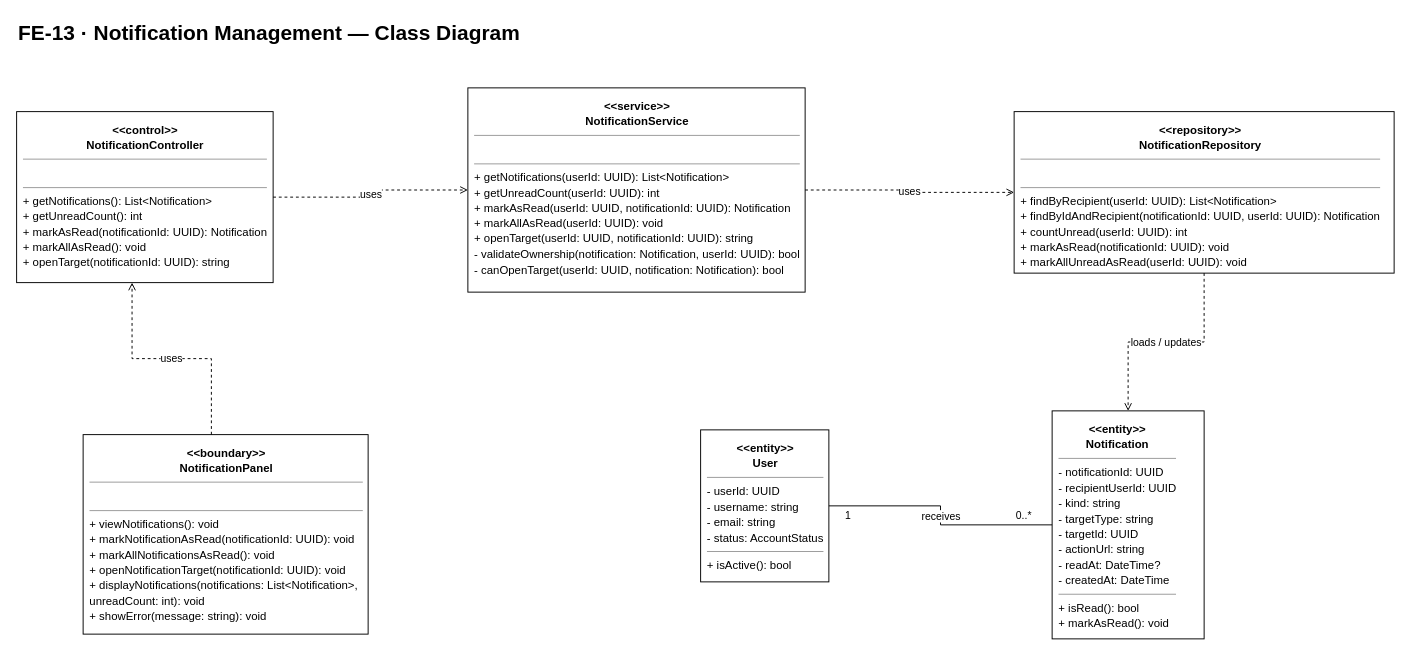
callmehai/FU-FA26-G116 keeps this draw.io diagram as docs/07-classdiagram/feature-13-notification-management-class-diagram.drawio. Above is the earlier version. Source tidied: cells renumbered, new cells numbered last; positions are measured from the earlier drawing's top-left corner, leaving out a move shared by most shapes. Both pictures are drawn from the tidied source at 95%, with x=0, y=0 at pixel (16, 16).
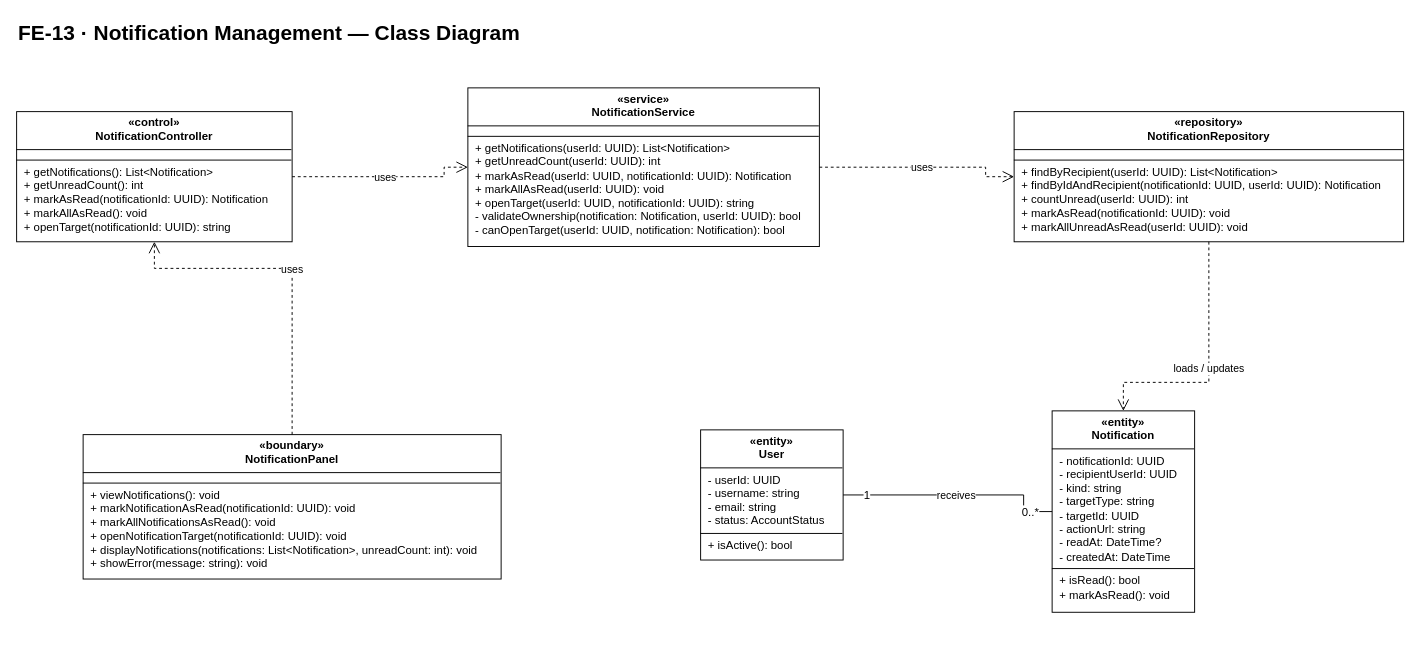
After the change.

What changed in the source:
```diff
@@
     <mxCell id="2" value="FE-13 · Notification Management — Class Diagram" style="text;html=1;align=left;verticalAlign=middle;fontSize=22;fontStyle=1;fontColor=#000000;" parent="1" vertex="1">
-      <mxGeometry width="800" height="35" as="geometry" />
+      <mxGeometry width="380" height="35" as="geometry" />
     </mxCell>
-    <mxCell id="3" value="&lt;div style=&quot;font-family:Arial;font-size:12px;line-height:1.35;&quot;&gt;&lt;div style=&quot;text-align:center;&quot;&gt;&lt;b&gt;&amp;lt;&amp;lt;boundary&amp;gt;&amp;gt;&lt;/b&gt;&lt;br&gt;&lt;b&gt;NotificationPanel&lt;/b&gt;&lt;/div&gt;&lt;hr style=&quot;border:0;border-top:1px solid #999;margin:6px 0;&quot;&gt;&lt;div&gt;&amp;nbsp;&lt;/div&gt;&lt;hr style=&quot;border:0;border-top:1px solid #999;margin:6px 0;&quot;&gt;&lt;div&gt;+ viewNotifications(): void&lt;br&gt;+ markNotificationAsRead(notificationId: UUID): void&lt;br&gt;+ markAllNotificationsAsRead(): void&lt;br&gt;+ openNotificationTarget(notificationId: UUID): void&lt;br&gt;+ displayNotifications(notifications: List&amp;lt;Notification&amp;gt;, unreadCount: int): void&lt;br&gt;+ showError(message: string): void&lt;/div&gt;&lt;/div&gt;" style="rounded=0;whiteSpace=wrap;html=1;fillColor=#ffffff;strokeColor=#000000;align=left;verticalAlign=top;spacing=7;fontFamily=Arial;fontSize=12;overflow=hidden;" parent="1" vertex="1">
-      <mxGeometry x="70" y="440" width="300" height="210" as="geometry" />
+    <mxCell id="3" value="&lt;div style=&quot;text-align:center;font-weight:bold;padding:5px 4px 4px 4px;height:31px;&quot;&gt;«boundary»&lt;br&gt;NotificationPanel&lt;/div&gt;&lt;hr style=&quot;margin:0;border:none;border-top:1px solid #000000;height:0;&quot;&gt;&lt;div style=&quot;text-align:left;padding:5px 8px 5px 8px;white-space:nowrap;&quot;&gt;&lt;/div&gt;&lt;hr style=&quot;margin:0;border:none;border-top:1px solid #000000;height:0;&quot;&gt;&lt;div style=&quot;text-align:left;padding:5px 8px 5px 8px;white-space:nowrap;&quot;&gt;+ viewNotifications(): void&lt;br&gt;+ markNotificationAsRead(notificationId: UUID): void&lt;br&gt;+ markAllNotificationsAsRead(): void&lt;br&gt;+ openNotificationTarget(notificationId: UUID): void&lt;br&gt;+ displayNotifications(notifications: List&amp;lt;Notification&amp;gt;, unreadCount: int): void&lt;br&gt;+ showError(message: string): void&lt;/div&gt;&lt;/div&gt;" style="rounded=0;whiteSpace=wrap;html=1;align=left;verticalAlign=top;spacing=0;overflow=fill;fillColor=#ffffff;strokeColor=#000000;fontSize=12;fontFamily=Helvetica;fontColor=#000000;" parent="1" vertex="1">
+      <mxGeometry x="70" y="440" width="440" height="152" as="geometry" />
     </mxCell>
-    <mxCell id="4" value="&lt;div style=&quot;font-family:Arial;font-size:12px;line-height:1.35;&quot;&gt;&lt;div style=&quot;text-align:center;&quot;&gt;&lt;b&gt;&amp;lt;&amp;lt;control&amp;gt;&amp;gt;&lt;/b&gt;&lt;br&gt;&lt;b&gt;NotificationController&lt;/b&gt;&lt;/div&gt;&lt;hr style=&quot;border:0;border-top:1px solid #999;margin:6px 0;&quot;&gt;&lt;div&gt;&amp;nbsp;&lt;/div&gt;&lt;hr style=&quot;border:0;border-top:1px solid #999;margin:6px 0;&quot;&gt;&lt;div&gt;+ getNotifications(): List&amp;lt;Notification&amp;gt;&lt;br&gt;+ getUnreadCount(): int&lt;br&gt;+ markAsRead(notificationId: UUID): Notification&lt;br&gt;+ markAllAsRead(): void&lt;br&gt;+ openTarget(notificationId: UUID): string&lt;/div&gt;&lt;/div&gt;" style="rounded=0;whiteSpace=wrap;html=1;fillColor=#ffffff;strokeColor=#000000;align=left;verticalAlign=top;spacing=7;fontFamily=Arial;fontSize=12;overflow=hidden;" parent="1" vertex="1">
-      <mxGeometry y="100" width="270" height="180" as="geometry" />
+    <mxCell id="4" value="&lt;div style=&quot;text-align:center;font-weight:bold;padding:5px 4px 4px 4px;height:31px;&quot;&gt;«control»&lt;br&gt;NotificationController&lt;/div&gt;&lt;hr style=&quot;margin:0;border:none;border-top:1px solid #000000;height:0;&quot;&gt;&lt;div style=&quot;text-align:left;padding:5px 8px 5px 8px;white-space:nowrap;&quot;&gt;&lt;/div&gt;&lt;hr style=&quot;margin:0;border:none;border-top:1px solid #000000;height:0;&quot;&gt;&lt;div style=&quot;text-align:left;padding:5px 8px 5px 8px;white-space:nowrap;&quot;&gt;+ getNotifications(): List&amp;lt;Notification&amp;gt;&lt;br&gt;+ getUnreadCount(): int&lt;br&gt;+ markAsRead(notificationId: UUID): Notification&lt;br&gt;+ markAllAsRead(): void&lt;br&gt;+ openTarget(notificationId: UUID): string&lt;/div&gt;&lt;/div&gt;" style="rounded=0;whiteSpace=wrap;html=1;align=left;verticalAlign=top;spacing=0;overflow=fill;fillColor=#ffffff;strokeColor=#000000;fontSize=12;fontFamily=Helvetica;fontColor=#000000;" parent="1" vertex="1">
+      <mxGeometry y="100" width="290" height="137" as="geometry" />
     </mxCell>
-    <mxCell id="5" value="&lt;div style=&quot;font-family:Arial;font-size:12px;line-height:1.35;&quot;&gt;&lt;div style=&quot;text-align:center;&quot;&gt;&lt;b&gt;&amp;lt;&amp;lt;service&amp;gt;&amp;gt;&lt;/b&gt;&lt;br&gt;&lt;b&gt;NotificationService&lt;/b&gt;&lt;/div&gt;&lt;hr style=&quot;border:0;border-top:1px solid #999;margin:6px 0;&quot;&gt;&lt;div&gt;&amp;nbsp;&lt;/div&gt;&lt;hr style=&quot;border:0;border-top:1px solid #999;margin:6px 0;&quot;&gt;&lt;div&gt;+ getNotifications(userId: UUID): List&amp;lt;Notification&amp;gt;&lt;br&gt;+ getUnreadCount(userId: UUID): int&lt;br&gt;+ markAsRead(userId: UUID, notificationId: UUID): Notification&lt;br&gt;+ markAllAsRead(userId: UUID): void&lt;br&gt;+ openTarget(userId: UUID, notificationId: UUID): string&lt;br&gt;- validateOwnership(notification: Notification, userId: UUID): bool&lt;br&gt;- canOpenTarget(userId: UUID, notification: Notification): bool&lt;/div&gt;&lt;/div&gt;" style="rounded=0;whiteSpace=wrap;html=1;fillColor=#ffffff;strokeColor=#000000;align=left;verticalAlign=top;spacing=7;fontFamily=Arial;fontSize=12;overflow=hidden;" parent="1" vertex="1">
-      <mxGeometry x="475" y="75" width="355" height="215" as="geometry" />
+    <mxCell id="5" value="&lt;div style=&quot;text-align:center;font-weight:bold;padding:5px 4px 4px 4px;height:31px;&quot;&gt;«service»&lt;br&gt;NotificationService&lt;/div&gt;&lt;hr style=&quot;margin:0;border:none;border-top:1px solid #000000;height:0;&quot;&gt;&lt;div style=&quot;text-align:left;padding:5px 8px 5px 8px;white-space:nowrap;&quot;&gt;&lt;/div&gt;&lt;hr style=&quot;margin:0;border:none;border-top:1px solid #000000;height:0;&quot;&gt;&lt;div style=&quot;text-align:left;padding:5px 8px 5px 8px;white-space:nowrap;&quot;&gt;+ getNotifications(userId: UUID): List&amp;lt;Notification&amp;gt;&lt;br&gt;+ getUnreadCount(userId: UUID): int&lt;br&gt;+ markAsRead(userId: UUID, notificationId: UUID): Notification&lt;br&gt;+ markAllAsRead(userId: UUID): void&lt;br&gt;+ openTarget(userId: UUID, notificationId: UUID): string&lt;br&gt;- validateOwnership(notification: Notification, userId: UUID): bool&lt;br&gt;- canOpenTarget(userId: UUID, notification: Notification): bool&lt;/div&gt;&lt;/div&gt;" style="rounded=0;whiteSpace=wrap;html=1;align=left;verticalAlign=top;spacing=0;overflow=fill;fillColor=#ffffff;strokeColor=#000000;fontSize=12;fontFamily=Helvetica;fontColor=#000000;" parent="1" vertex="1">
+      <mxGeometry x="475" y="75" width="370" height="167" as="geometry" />
     </mxCell>
-    <mxCell id="6" value="&lt;div style=&quot;font-family:Arial;font-size:12px;line-height:1.35;&quot;&gt;&lt;div style=&quot;text-align:center;&quot;&gt;&lt;b&gt;&amp;lt;&amp;lt;repository&amp;gt;&amp;gt;&lt;/b&gt;&lt;br&gt;&lt;b&gt;NotificationRepository&lt;/b&gt;&lt;/div&gt;&lt;hr style=&quot;border:0;border-top:1px solid #999;margin:6px 0;&quot;&gt;&lt;div&gt;&amp;nbsp;&lt;/div&gt;&lt;hr style=&quot;border:0;border-top:1px solid #999;margin:6px 0;&quot;&gt;&lt;div&gt;+ findByRecipient(userId: UUID): List&amp;lt;Notification&amp;gt;&lt;br&gt;+ findByIdAndRecipient(notificationId: UUID, userId: UUID): Notification&lt;br&gt;+ countUnread(userId: UUID): int&lt;br&gt;+ markAsRead(notificationId: UUID): void&lt;br&gt;+ markAllUnreadAsRead(userId: UUID): void&lt;/div&gt;&lt;/div&gt;" style="rounded=0;whiteSpace=wrap;html=1;fillColor=#ffffff;strokeColor=#000000;align=left;verticalAlign=top;spacing=7;fontFamily=Arial;fontSize=12;overflow=hidden;" parent="1" vertex="1">
-      <mxGeometry x="1050" y="100" width="400" height="170" as="geometry" />
+    <mxCell id="6" value="&lt;div style=&quot;text-align:center;font-weight:bold;padding:5px 4px 4px 4px;height:31px;&quot;&gt;«repository»&lt;br&gt;NotificationRepository&lt;/div&gt;&lt;hr style=&quot;margin:0;border:none;border-top:1px solid #000000;height:0;&quot;&gt;&lt;div style=&quot;text-align:left;padding:5px 8px 5px 8px;white-space:nowrap;&quot;&gt;&lt;/div&gt;&lt;hr style=&quot;margin:0;border:none;border-top:1px solid #000000;height:0;&quot;&gt;&lt;div style=&quot;text-align:left;padding:5px 8px 5px 8px;white-space:nowrap;&quot;&gt;+ findByRecipient(userId: UUID): List&amp;lt;Notification&amp;gt;&lt;br&gt;+ findByIdAndRecipient(notificationId: UUID, userId: UUID): Notification&lt;br&gt;+ countUnread(userId: UUID): int&lt;br&gt;+ markAsRead(notificationId: UUID): void&lt;br&gt;+ markAllUnreadAsRead(userId: UUID): void&lt;/div&gt;&lt;/div&gt;" style="rounded=0;whiteSpace=wrap;html=1;align=left;verticalAlign=top;spacing=0;overflow=fill;fillColor=#ffffff;strokeColor=#000000;fontSize=12;fontFamily=Helvetica;fontColor=#000000;" parent="1" vertex="1">
+      <mxGeometry x="1050" y="100" width="410" height="137" as="geometry" />
     </mxCell>
-    <mxCell id="7" value="&lt;div style=&quot;font-family:Arial;font-size:12px;line-height:1.35;&quot;&gt;&lt;div style=&quot;text-align:center;&quot;&gt;&lt;b&gt;&amp;lt;&amp;lt;entity&amp;gt;&amp;gt;&lt;/b&gt;&lt;br&gt;&lt;b&gt;Notification&lt;/b&gt;&lt;/div&gt;&lt;hr style=&quot;border:0;border-top:1px solid #999;margin:6px 0;&quot;&gt;&lt;div&gt;- notificationId: UUID&lt;br&gt;- recipientUserId: UUID&lt;br&gt;- kind: string&lt;br&gt;- targetType: string&lt;br&gt;- targetId: UUID&lt;br&gt;- actionUrl: string&lt;br&gt;- readAt: DateTime?&lt;br&gt;- createdAt: DateTime&lt;/div&gt;&lt;hr style=&quot;border:0;border-top:1px solid #999;margin:6px 0;&quot;&gt;&lt;div&gt;+ isRead(): bool&lt;br&gt;+ markAsRead(): void&lt;/div&gt;&lt;/div&gt;" style="rounded=0;whiteSpace=wrap;html=1;fillColor=#ffffff;strokeColor=#000000;align=left;verticalAlign=top;spacing=7;fontFamily=Arial;fontSize=12;overflow=hidden;" parent="1" vertex="1">
-      <mxGeometry x="1090" y="415" width="160" height="240" as="geometry" />
+    <mxCell id="7" value="&lt;div style=&quot;text-align:center;font-weight:bold;padding:5px 4px 4px 4px;height:31px;&quot;&gt;«entity»&lt;br&gt;Notification&lt;/div&gt;&lt;hr style=&quot;margin:0;border:none;border-top:1px solid #000000;height:0;&quot;&gt;&lt;div style=&quot;text-align:left;padding:5px 8px 5px 8px;white-space:nowrap;&quot;&gt;- notificationId: UUID&lt;br&gt;- recipientUserId: UUID&lt;br&gt;- kind: string&lt;br&gt;- targetType: string&lt;br&gt;- targetId: UUID&lt;br&gt;- actionUrl: string&lt;br&gt;- readAt: DateTime?&lt;br&gt;- createdAt: DateTime&lt;/div&gt;&lt;hr style=&quot;margin:0;border:none;border-top:1px solid #000000;height:0;&quot;&gt;&lt;div style=&quot;text-align:left;padding:5px 8px 5px 8px;white-space:nowrap;&quot;&gt;+ isRead(): bool&lt;br&gt;+ markAsRead(): void&lt;/div&gt;&lt;/div&gt;" style="rounded=0;whiteSpace=wrap;html=1;align=left;verticalAlign=top;spacing=0;overflow=fill;fillColor=#ffffff;strokeColor=#000000;fontSize=12;fontFamily=Helvetica;fontColor=#000000;" parent="1" vertex="1">
+      <mxGeometry x="1090" y="415" width="150" height="212" as="geometry" />
     </mxCell>
-    <mxCell id="8" value="&lt;div style=&quot;font-family:Arial;font-size:12px;line-height:1.35;&quot;&gt;&lt;div style=&quot;text-align:center;&quot;&gt;&lt;b&gt;&amp;lt;&amp;lt;entity&amp;gt;&amp;gt;&lt;/b&gt;&lt;br&gt;&lt;b&gt;User&lt;/b&gt;&lt;/div&gt;&lt;hr style=&quot;border:0;border-top:1px solid #999;margin:6px 0;&quot;&gt;&lt;div&gt;- userId: UUID&lt;br&gt;- username: string&lt;br&gt;- email: string&lt;br&gt;- status: AccountStatus&lt;/div&gt;&lt;hr style=&quot;border:0;border-top:1px solid #999;margin:6px 0;&quot;&gt;&lt;div&gt;+ isActive(): bool&lt;/div&gt;&lt;/div&gt;" style="rounded=0;whiteSpace=wrap;html=1;fillColor=#ffffff;strokeColor=#000000;align=left;verticalAlign=top;spacing=7;fontFamily=Arial;fontSize=12;overflow=hidden;" parent="1" vertex="1">
-      <mxGeometry x="720" y="435" width="135" height="160" as="geometry" />
+    <mxCell id="8" value="&lt;div style=&quot;text-align:center;font-weight:bold;padding:5px 4px 4px 4px;height:31px;&quot;&gt;«entity»&lt;br&gt;User&lt;/div&gt;&lt;hr style=&quot;margin:0;border:none;border-top:1px solid #000000;height:0;&quot;&gt;&lt;div style=&quot;text-align:left;padding:5px 8px 5px 8px;white-space:nowrap;&quot;&gt;- userId: UUID&lt;br&gt;- username: string&lt;br&gt;- email: string&lt;br&gt;- status: AccountStatus&lt;/div&gt;&lt;hr style=&quot;margin:0;border:none;border-top:1px solid #000000;height:0;&quot;&gt;&lt;div style=&quot;text-align:left;padding:5px 8px 5px 8px;white-space:nowrap;&quot;&gt;+ isActive(): bool&lt;/div&gt;&lt;/div&gt;" style="rounded=0;whiteSpace=wrap;html=1;align=left;verticalAlign=top;spacing=0;overflow=fill;fillColor=#ffffff;strokeColor=#000000;fontSize=12;fontFamily=Helvetica;fontColor=#000000;" parent="1" vertex="1">
+      <mxGeometry x="720" y="435" width="150" height="137" as="geometry" />
     </mxCell>
-    <mxCell id="9" value="uses" style="edgeStyle=orthogonalEdgeStyle;rounded=0;jettySize=auto;html=1;dashed=1;dashPattern=3 3;endArrow=open;endFill=0;strokeColor=#000000;fontFamily=Arial;fontSize=11;exitX=0.45;exitY=0;entryX=0.45;entryY=1;" parent="1" edge="1" source="3" target="4">
-      <mxGeometry relative="1" as="geometry" />
+    <mxCell id="9" value="uses" style="edgeStyle=orthogonalEdgeStyle;jettySize=auto;html=1;dashed=1;dashPattern=3 3;endArrow=open;endFill=0;strokeColor=#000000;labelBackgroundColor=#ffffff;rounded=0;endSize=10;fontSize=11;fontFamily=Helvetica;exitX=0.5;exitY=0;exitDx=0;exitDy=0;entryX=0.5;entryY=1;entryDx=0;entryDy=0;" parent="1" edge="1" source="3" target="4">
+      <mxGeometry relative="1" as="geometry">
+        <Array as="points">
+          <mxPoint x="290" y="265" />
+          <mxPoint x="145" y="265" />
+        </Array>
+      </mxGeometry>
     </mxCell>
-    <mxCell id="10" value="uses" style="edgeStyle=orthogonalEdgeStyle;rounded=0;jettySize=auto;html=1;dashed=1;dashPattern=3 3;endArrow=open;endFill=0;strokeColor=#000000;fontFamily=Arial;fontSize=11;" parent="1" edge="1" source="4" target="5">
-      <mxGeometry relative="1" as="geometry" />
+    <mxCell id="10" value="uses" style="edgeStyle=orthogonalEdgeStyle;jettySize=auto;html=1;dashed=1;dashPattern=3 3;endArrow=open;endFill=0;strokeColor=#000000;labelBackgroundColor=#ffffff;rounded=0;endSize=10;fontSize=11;fontFamily=Helvetica;exitX=1;exitY=0.5;exitDx=0;exitDy=0;entryX=0;entryY=0.5;entryDx=0;entryDy=0;" parent="1" edge="1" source="4" target="5">
+      <mxGeometry relative="1" as="geometry">
+        <Array as="points">
+          <mxPoint x="450" y="168.5" />
+          <mxPoint x="450" y="158.5" />
+        </Array>
+      </mxGeometry>
     </mxCell>
-    <mxCell id="11" value="uses" style="edgeStyle=orthogonalEdgeStyle;rounded=0;jettySize=auto;html=1;dashed=1;dashPattern=3 3;endArrow=open;endFill=0;strokeColor=#000000;fontFamily=Arial;fontSize=11;" parent="1" edge="1" source="5" target="6">
-      <mxGeometry relative="1" as="geometry" />
+    <mxCell id="11" value="uses" style="edgeStyle=orthogonalEdgeStyle;jettySize=auto;html=1;dashed=1;dashPattern=3 3;endArrow=open;endFill=0;strokeColor=#000000;labelBackgroundColor=#ffffff;rounded=0;endSize=10;fontSize=11;fontFamily=Helvetica;exitX=1;exitY=0.5;exitDx=0;exitDy=0;entryX=0;entryY=0.5;entryDx=0;entryDy=0;" parent="1" edge="1" source="5" target="6">
+      <mxGeometry relative="1" as="geometry">
+        <Array as="points">
+          <mxPoint x="1020" y="158.5" />
+          <mxPoint x="1020" y="168.5" />
+        </Array>
+      </mxGeometry>
     </mxCell>
-    <mxCell id="12" value="loads / updates" style="edgeStyle=orthogonalEdgeStyle;rounded=0;jettySize=auto;html=1;dashed=1;dashPattern=3 3;endArrow=open;endFill=0;strokeColor=#000000;fontFamily=Arial;fontSize=11;" parent="1" edge="1" source="6" target="7">
-      <mxGeometry relative="1" as="geometry" />
+    <mxCell id="12" value="loads / updates" style="edgeStyle=orthogonalEdgeStyle;jettySize=auto;html=1;dashed=1;dashPattern=3 3;endArrow=open;endFill=0;strokeColor=#000000;labelBackgroundColor=#ffffff;rounded=0;endSize=10;fontSize=11;fontFamily=Helvetica;exitX=0.5;exitY=1;exitDx=0;exitDy=0;entryX=0.5;entryY=0;entryDx=0;entryDy=0;" parent="1" edge="1" source="6" target="7">
+      <mxGeometry relative="1" as="geometry">
+        <Array as="points">
+          <mxPoint x="1255" y="385" />
+          <mxPoint x="1165" y="385" />
+        </Array>
+      </mxGeometry>
     </mxCell>
-    <mxCell id="13" value="receives" style="edgeStyle=orthogonalEdgeStyle;rounded=0;jettySize=auto;html=1;dashed=0;endArrow=none;endFill=0;strokeColor=#000000;fontFamily=Arial;fontSize=11;startArrow=none;" parent="1" edge="1" source="8" target="7">
-      <mxGeometry relative="1" as="geometry" />
+    <mxCell id="13" value="receives" style="edgeStyle=orthogonalEdgeStyle;jettySize=auto;html=1;dashed=0;endArrow=none;endFill=0;strokeColor=#000000;startArrow=none;labelBackgroundColor=#ffffff;rounded=0;endSize=10;fontSize=11;fontFamily=Helvetica;exitX=1;exitY=0.5;exitDx=0;exitDy=0;entryX=0;entryY=0.5;entryDx=0;entryDy=0;" parent="1" edge="1" source="8" target="7">
+      <mxGeometry relative="1" as="geometry">
+        <Array as="points">
+          <mxPoint x="1060" y="503.5" />
+          <mxPoint x="1060" y="521" />
+        </Array>
+      </mxGeometry>
     </mxCell>
-    <mxCell id="14" value="1" style="text;html=1;align=center;verticalAlign=middle;fontFamily=Arial;fontSize=11;" parent="1" vertex="1">
-      <mxGeometry x="855" y="515" width="40" height="20" as="geometry" />
+    <mxCell id="14" value="1" style="edgeLabel;html=1;align=center;verticalAlign=middle;fontSize=12;labelBackgroundColor=#ffffff;" parent="13" vertex="1">
+      <mxGeometry x="-0.8" relative="1" as="geometry" />
     </mxCell>
-    <mxCell id="15" value="0..*" style="text;html=1;align=center;verticalAlign=middle;fontFamily=Arial;fontSize=11;" parent="1" vertex="1">
-      <mxGeometry x="1040" y="515" width="40" height="20" as="geometry" />
+    <mxCell id="15" value="0..*" style="edgeLabel;html=1;align=center;verticalAlign=middle;fontSize=12;labelBackgroundColor=#ffffff;" parent="13" vertex="1">
+      <mxGeometry x="0.8" relative="1" as="geometry" />
     </mxCell>
```
